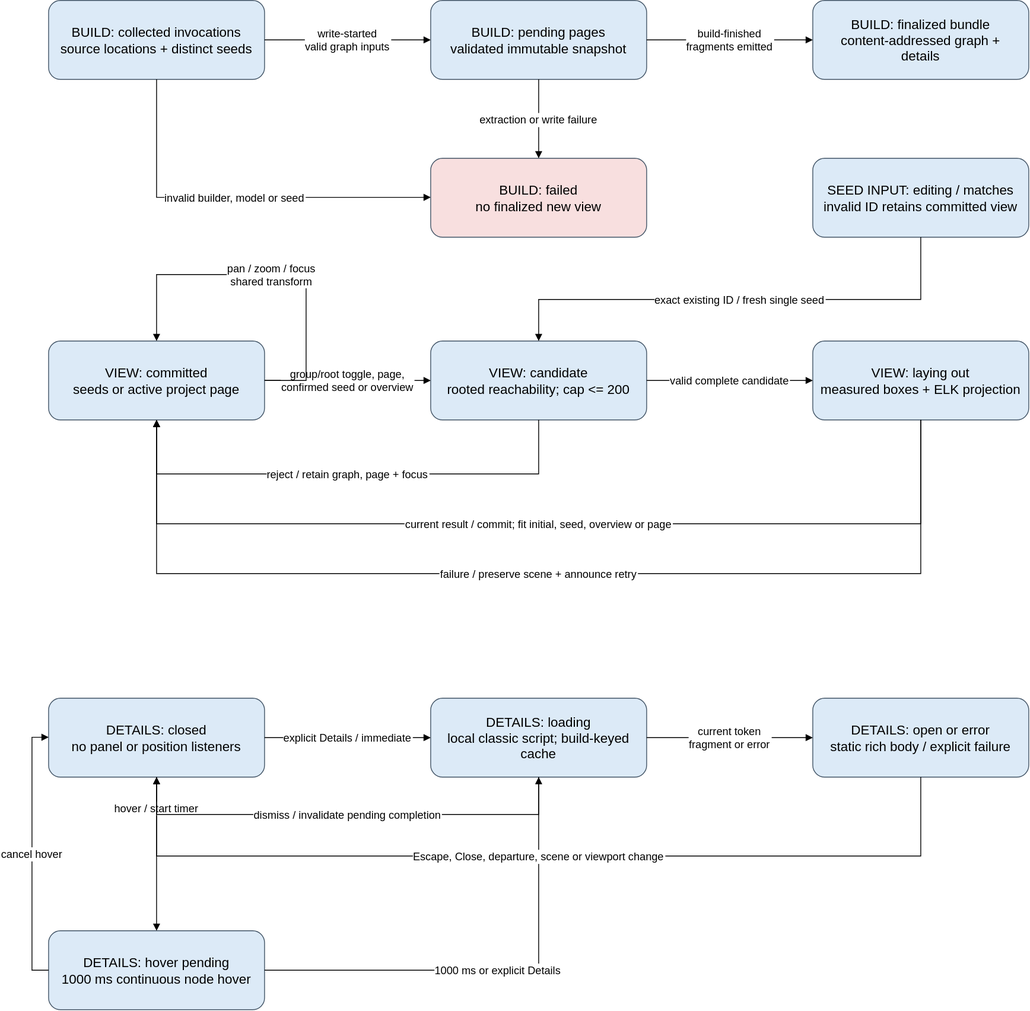
Above: docs/architecture/diagrams/state-machine.svg in sysblacksmith/STV_sphinx-traceability-view (draw.io), before the change. Source tidied: cells renumbered, new cells last; positions are measured from the earlier drawing's top-left corner, leaving out a move shared by most shapes. Its diagram source:
```xml
<mxGraphModel>
  <root>
    <mxCell id="0" />
    <mxCell id="1" parent="0" />
    <mxCell id="2" value="BUILD: collected invocations&#10;source locations + distinct seeds" style="rounded=1;whiteSpace=wrap;html=0;fillColor=#dceaf7;strokeColor=#425466;fontSize=16;spacing=10;" parent="1" vertex="1">
      <mxGeometry x="20" width="260" height="95" as="geometry" />
    </mxCell>
    <mxCell id="3" value="BUILD: pending pages&#10;validated immutable snapshot" style="rounded=1;whiteSpace=wrap;html=0;fillColor=#dceaf7;strokeColor=#425466;fontSize=16;spacing=10;" parent="1" vertex="1">
      <mxGeometry x="480" width="260" height="95" as="geometry" />
    </mxCell>
    <mxCell id="4" value="BUILD: finalized bundle&#10;content-addressed graph + details" style="rounded=1;whiteSpace=wrap;html=0;fillColor=#dceaf7;strokeColor=#425466;fontSize=16;spacing=10;" parent="1" vertex="1">
      <mxGeometry x="940" width="260" height="95" as="geometry" />
    </mxCell>
    <mxCell id="5" value="BUILD: failed&#10;no finalized new view" style="rounded=1;whiteSpace=wrap;html=0;fillColor=#f8dfdf;strokeColor=#425466;fontSize=16;spacing=10;" parent="1" vertex="1">
      <mxGeometry x="480" y="190" width="260" height="95" as="geometry" />
    </mxCell>
    <mxCell id="6" value="write-started&#10;valid graph inputs" style="edgeStyle=orthogonalEdgeStyle;rounded=0;html=0;endArrow=block;fontSize=13;labelBackgroundColor=#ffffff;" parent="1" edge="1" source="2" target="3">
      <mxGeometry relative="1" as="geometry" />
    </mxCell>
    <mxCell id="7" value="build-finished&#10;fragments emitted" style="edgeStyle=orthogonalEdgeStyle;rounded=0;html=0;endArrow=block;fontSize=13;labelBackgroundColor=#ffffff;" parent="1" edge="1" source="3" target="4">
      <mxGeometry relative="1" as="geometry" />
    </mxCell>
    <mxCell id="8" value="extraction or write failure" style="edgeStyle=orthogonalEdgeStyle;rounded=0;html=0;endArrow=block;fontSize=13;labelBackgroundColor=#ffffff;" parent="1" edge="1" source="3" target="5">
      <mxGeometry relative="1" as="geometry" />
    </mxCell>
    <mxCell id="9" value="invalid builder, model or seed" style="edgeStyle=orthogonalEdgeStyle;rounded=0;html=0;endArrow=block;fontSize=13;labelBackgroundColor=#ffffff;" parent="1" edge="1" source="2" target="5">
      <mxGeometry relative="1" as="geometry">
        <Array as="points">
          <mxPoint x="150" y="237" />
        </Array>
      </mxGeometry>
    </mxCell>
    <mxCell id="10" value="VIEW: committed&#10;seeds or active project page" style="rounded=1;whiteSpace=wrap;html=0;fillColor=#dceaf7;strokeColor=#425466;fontSize=16;spacing=10;" parent="1" vertex="1">
      <mxGeometry x="20" y="410" width="260" height="95" as="geometry" />
    </mxCell>
    <mxCell id="11" value="VIEW: candidate&#10;rooted reachability; cap &lt;= 200" style="rounded=1;whiteSpace=wrap;html=0;fillColor=#dceaf7;strokeColor=#425466;fontSize=16;spacing=10;" parent="1" vertex="1">
      <mxGeometry x="480" y="410" width="260" height="95" as="geometry" />
    </mxCell>
    <mxCell id="12" value="VIEW: laying out&#10;measured boxes + ELK projection" style="rounded=1;whiteSpace=wrap;html=0;fillColor=#dceaf7;strokeColor=#425466;fontSize=16;spacing=10;" parent="1" vertex="1">
      <mxGeometry x="940" y="410" width="260" height="95" as="geometry" />
    </mxCell>
    <mxCell id="13" value="group/root toggle, page,&#10;confirmed seed or overview" style="edgeStyle=orthogonalEdgeStyle;rounded=0;html=0;endArrow=block;fontSize=13;labelBackgroundColor=#ffffff;" parent="1" edge="1" source="10" target="11">
      <mxGeometry relative="1" as="geometry" />
    </mxCell>
    <mxCell id="14" value="valid complete candidate" style="edgeStyle=orthogonalEdgeStyle;rounded=0;html=0;endArrow=block;fontSize=13;labelBackgroundColor=#ffffff;" parent="1" edge="1" source="11" target="12">
      <mxGeometry relative="1" as="geometry" />
    </mxCell>
    <mxCell id="15" value="reject / retain graph, page + focus" style="edgeStyle=orthogonalEdgeStyle;rounded=0;html=0;endArrow=block;fontSize=13;labelBackgroundColor=#ffffff;" parent="1" edge="1" source="11" target="10">
      <mxGeometry relative="1" as="geometry">
        <Array as="points">
          <mxPoint x="610" y="570" />
          <mxPoint x="150" y="570" />
        </Array>
      </mxGeometry>
    </mxCell>
    <mxCell id="16" value="current result / commit; fit initial, seed, overview or page" style="edgeStyle=orthogonalEdgeStyle;rounded=0;html=0;endArrow=block;fontSize=13;labelBackgroundColor=#ffffff;" parent="1" edge="1" source="12" target="10">
      <mxGeometry relative="1" as="geometry">
        <Array as="points">
          <mxPoint x="1070" y="630" />
          <mxPoint x="150" y="630" />
        </Array>
      </mxGeometry>
    </mxCell>
    <mxCell id="17" value="failure / preserve scene + announce retry" style="edgeStyle=orthogonalEdgeStyle;rounded=0;html=0;endArrow=block;fontSize=13;labelBackgroundColor=#ffffff;" parent="1" edge="1" source="12" target="10">
      <mxGeometry relative="1" as="geometry">
        <Array as="points">
          <mxPoint x="1070" y="690" />
          <mxPoint x="150" y="690" />
        </Array>
      </mxGeometry>
    </mxCell>
    <mxCell id="18" value="pan / zoom / focus&#10;shared transform" style="edgeStyle=orthogonalEdgeStyle;rounded=0;html=0;endArrow=block;fontSize=13;labelBackgroundColor=#ffffff;exitX=1;exitY=0.5;entryX=0.5;entryY=0;" parent="1" edge="1" source="10" target="10">
      <mxGeometry relative="1" as="geometry">
        <Array as="points">
          <mxPoint x="330" y="457" />
          <mxPoint x="330" y="330" />
          <mxPoint x="150" y="330" />
        </Array>
      </mxGeometry>
    </mxCell>
    <mxCell id="19" value="SEED INPUT: editing / matches&#10;invalid ID retains committed view" style="rounded=1;whiteSpace=wrap;html=0;fillColor=#dceaf7;strokeColor=#425466;fontSize=16;spacing=10;" parent="1" vertex="1">
      <mxGeometry x="940" y="190" width="260" height="95" as="geometry" />
    </mxCell>
    <mxCell id="20" value="exact existing ID / fresh single seed" style="edgeStyle=orthogonalEdgeStyle;rounded=0;html=0;endArrow=block;fontSize=13;labelBackgroundColor=#ffffff;" parent="1" edge="1" source="19" target="11">
      <mxGeometry relative="1" as="geometry">
        <Array as="points">
          <mxPoint x="1070" y="360" />
          <mxPoint x="610" y="360" />
        </Array>
      </mxGeometry>
    </mxCell>
    <mxCell id="21" value="DETAILS: closed&#10;no panel or position listeners" style="rounded=1;whiteSpace=wrap;html=0;fillColor=#dceaf7;strokeColor=#425466;fontSize=16;spacing=10;" parent="1" vertex="1">
      <mxGeometry x="20" y="840" width="260" height="95" as="geometry" />
    </mxCell>
    <mxCell id="22" value="DETAILS: loading&#10;local classic script; build-keyed cache" style="rounded=1;whiteSpace=wrap;html=0;fillColor=#dceaf7;strokeColor=#425466;fontSize=16;spacing=10;" parent="1" vertex="1">
      <mxGeometry x="480" y="840" width="260" height="95" as="geometry" />
    </mxCell>
    <mxCell id="23" value="DETAILS: open or error&#10;static rich body / explicit failure" style="rounded=1;whiteSpace=wrap;html=0;fillColor=#dceaf7;strokeColor=#425466;fontSize=16;spacing=10;" parent="1" vertex="1">
      <mxGeometry x="940" y="840" width="260" height="95" as="geometry" />
    </mxCell>
    <mxCell id="24" value="DETAILS: hover pending&#10;1000 ms continuous node hover" style="rounded=1;whiteSpace=wrap;html=0;fillColor=#dceaf7;strokeColor=#425466;fontSize=16;spacing=10;" parent="1" vertex="1">
      <mxGeometry x="20" y="1120" width="260" height="95" as="geometry" />
    </mxCell>
    <mxCell id="25" value="hover / start timer" style="edgeStyle=orthogonalEdgeStyle;rounded=0;html=0;endArrow=block;fontSize=13;labelBackgroundColor=#ffffff;" parent="1" edge="1" source="21" target="24">
      <mxGeometry x="-0.6" relative="1" as="geometry" />
    </mxCell>
    <mxCell id="26" value="cancel hover" style="edgeStyle=orthogonalEdgeStyle;rounded=0;html=0;endArrow=block;fontSize=13;labelBackgroundColor=#ffffff;" parent="1" edge="1" source="24" target="21">
      <mxGeometry relative="1" as="geometry">
        <Array as="points">
          <mxPoint y="1167" />
          <mxPoint y="887" />
        </Array>
      </mxGeometry>
    </mxCell>
    <mxCell id="27" value="1000 ms or explicit Details" style="edgeStyle=orthogonalEdgeStyle;rounded=0;html=0;endArrow=block;fontSize=13;labelBackgroundColor=#ffffff;" parent="1" edge="1" source="24" target="22">
      <mxGeometry relative="1" as="geometry">
        <Array as="points">
          <mxPoint x="610" y="1167" />
        </Array>
      </mxGeometry>
    </mxCell>
    <mxCell id="28" value="explicit Details / immediate" style="edgeStyle=orthogonalEdgeStyle;rounded=0;html=0;endArrow=block;fontSize=13;labelBackgroundColor=#ffffff;" parent="1" edge="1" source="21" target="22">
      <mxGeometry relative="1" as="geometry" />
    </mxCell>
    <mxCell id="29" value="current token&#10;fragment or error" style="edgeStyle=orthogonalEdgeStyle;rounded=0;html=0;endArrow=block;fontSize=13;labelBackgroundColor=#ffffff;" parent="1" edge="1" source="22" target="23">
      <mxGeometry relative="1" as="geometry" />
    </mxCell>
    <mxCell id="30" value="Escape, Close, departure, scene or viewport change" style="edgeStyle=orthogonalEdgeStyle;rounded=0;html=0;endArrow=block;fontSize=13;labelBackgroundColor=#ffffff;" parent="1" edge="1" source="23" target="21">
      <mxGeometry relative="1" as="geometry">
        <Array as="points">
          <mxPoint x="1070" y="1030" />
          <mxPoint x="150" y="1030" />
        </Array>
      </mxGeometry>
    </mxCell>
    <mxCell id="31" value="dismiss / invalidate pending completion" style="edgeStyle=orthogonalEdgeStyle;rounded=0;html=0;endArrow=block;fontSize=13;labelBackgroundColor=#ffffff;" parent="1" edge="1" source="22" target="21">
      <mxGeometry relative="1" as="geometry">
        <Array as="points">
          <mxPoint x="610" y="980" />
          <mxPoint x="150" y="980" />
        </Array>
      </mxGeometry>
    </mxCell>
  </root>
</mxGraphModel>
```
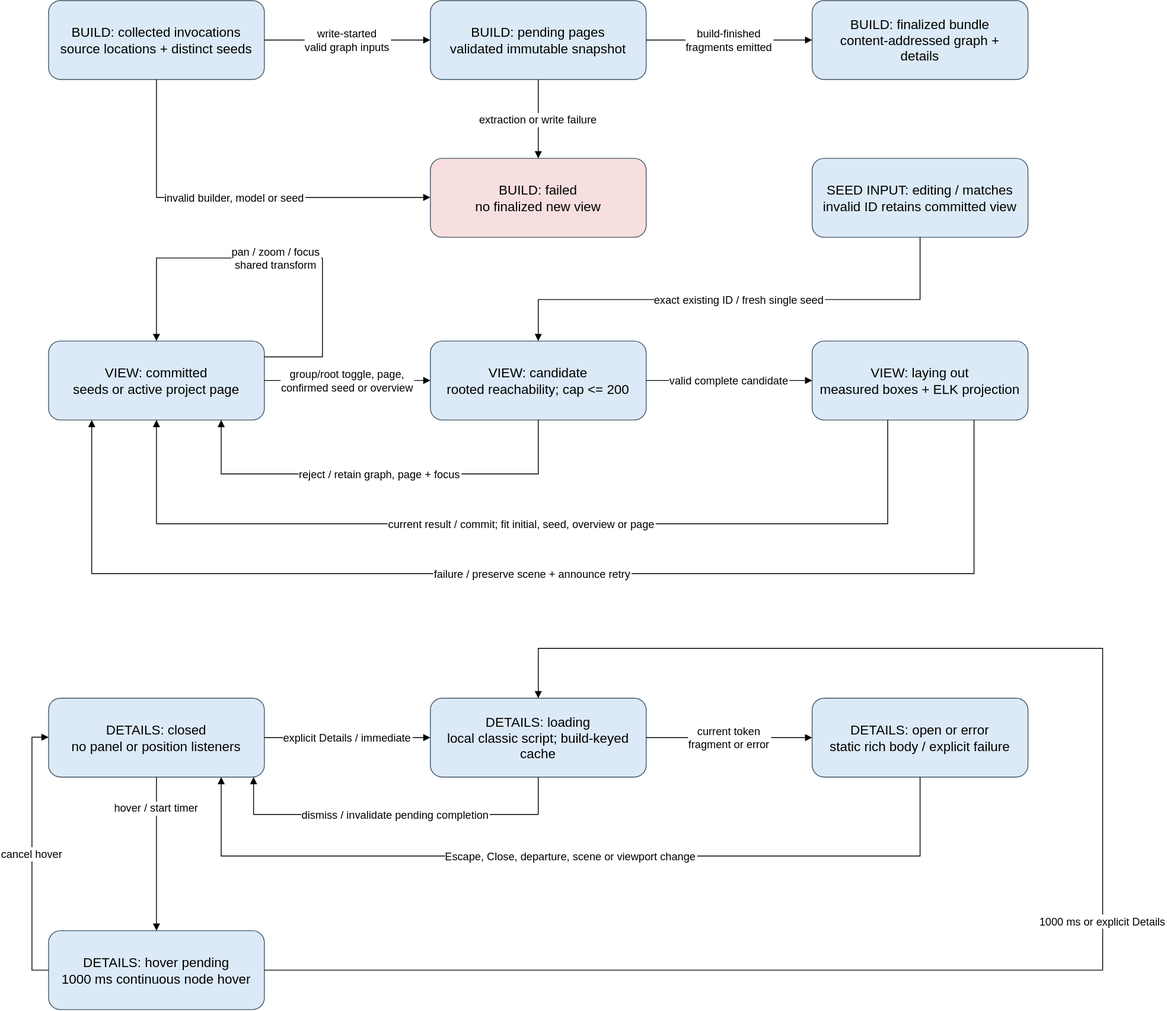
After the commit.

The edit, as a diff of the source:
```diff
@@ -45,36 +45,36 @@
     <mxCell id="14" value="valid complete candidate" style="edgeStyle=orthogonalEdgeStyle;rounded=0;html=0;endArrow=block;fontSize=13;labelBackgroundColor=#ffffff;" parent="1" edge="1" source="11" target="12">
       <mxGeometry relative="1" as="geometry" />
     </mxCell>
-    <mxCell id="15" value="reject / retain graph, page + focus" style="edgeStyle=orthogonalEdgeStyle;rounded=0;html=0;endArrow=block;fontSize=13;labelBackgroundColor=#ffffff;" parent="1" edge="1" source="11" target="10">
+    <mxCell id="15" value="reject / retain graph, page + focus" style="edgeStyle=orthogonalEdgeStyle;rounded=0;html=0;endArrow=block;fontSize=13;labelBackgroundColor=#ffffff;exitX=0.5;exitY=1;entryX=0.8;entryY=1;" parent="1" edge="1" source="11" target="10">
       <mxGeometry relative="1" as="geometry">
         <Array as="points">
           <mxPoint x="610" y="570" />
-          <mxPoint x="150" y="570" />
+          <mxPoint x="228" y="570" />
         </Array>
       </mxGeometry>
     </mxCell>
-    <mxCell id="16" value="current result / commit; fit initial, seed, overview or page" style="edgeStyle=orthogonalEdgeStyle;rounded=0;html=0;endArrow=block;fontSize=13;labelBackgroundColor=#ffffff;" parent="1" edge="1" source="12" target="10">
+    <mxCell id="16" value="current result / commit; fit initial, seed, overview or page" style="edgeStyle=orthogonalEdgeStyle;rounded=0;html=0;endArrow=block;fontSize=13;labelBackgroundColor=#ffffff;exitX=0.35;exitY=1;entryX=0.5;entryY=1;" parent="1" edge="1" source="12" target="10">
       <mxGeometry relative="1" as="geometry">
         <Array as="points">
-          <mxPoint x="1070" y="630" />
+          <mxPoint x="1031" y="630" />
           <mxPoint x="150" y="630" />
         </Array>
       </mxGeometry>
     </mxCell>
-    <mxCell id="17" value="failure / preserve scene + announce retry" style="edgeStyle=orthogonalEdgeStyle;rounded=0;html=0;endArrow=block;fontSize=13;labelBackgroundColor=#ffffff;" parent="1" edge="1" source="12" target="10">
+    <mxCell id="17" value="failure / preserve scene + announce retry" style="edgeStyle=orthogonalEdgeStyle;rounded=0;html=0;endArrow=block;fontSize=13;labelBackgroundColor=#ffffff;exitX=0.75;exitY=1;entryX=0.2;entryY=1;" parent="1" edge="1" source="12" target="10">
       <mxGeometry relative="1" as="geometry">
         <Array as="points">
-          <mxPoint x="1070" y="690" />
-          <mxPoint x="150" y="690" />
+          <mxPoint x="1135" y="690" />
+          <mxPoint x="72" y="690" />
         </Array>
       </mxGeometry>
     </mxCell>
-    <mxCell id="18" value="pan / zoom / focus&#10;shared transform" style="edgeStyle=orthogonalEdgeStyle;rounded=0;html=0;endArrow=block;fontSize=13;labelBackgroundColor=#ffffff;exitX=1;exitY=0.5;entryX=0.5;entryY=0;" parent="1" edge="1" source="10" target="10">
+    <mxCell id="18" value="pan / zoom / focus&#10;shared transform" style="edgeStyle=orthogonalEdgeStyle;rounded=0;html=0;endArrow=block;fontSize=13;labelBackgroundColor=#ffffff;exitX=1;exitY=0.2;entryX=0.5;entryY=0;" parent="1" edge="1" source="10" target="10">
       <mxGeometry relative="1" as="geometry">
         <Array as="points">
-          <mxPoint x="330" y="457" />
-          <mxPoint x="330" y="330" />
-          <mxPoint x="150" y="330" />
+          <mxPoint x="350" y="429" />
+          <mxPoint x="350" y="310" />
+          <mxPoint x="150" y="310" />
         </Array>
       </mxGeometry>
     </mxCell>
@@ -112,10 +112,12 @@
         </Array>
       </mxGeometry>
     </mxCell>
-    <mxCell id="27" value="1000 ms or explicit Details" style="edgeStyle=orthogonalEdgeStyle;rounded=0;html=0;endArrow=block;fontSize=13;labelBackgroundColor=#ffffff;" parent="1" edge="1" source="24" target="22">
+    <mxCell id="27" value="1000 ms or explicit Details" style="edgeStyle=orthogonalEdgeStyle;rounded=0;html=0;endArrow=block;fontSize=13;labelBackgroundColor=#ffffff;exitX=1;exitY=0.5;entryX=0.5;entryY=0;" parent="1" edge="1" source="24" target="22">
       <mxGeometry relative="1" as="geometry">
         <Array as="points">
-          <mxPoint x="610" y="1167" />
+          <mxPoint x="1290" y="1167" />
+          <mxPoint x="1290" y="780" />
+          <mxPoint x="610" y="780" />
         </Array>
       </mxGeometry>
     </mxCell>
@@ -125,19 +127,19 @@
     <mxCell id="29" value="current token&#10;fragment or error" style="edgeStyle=orthogonalEdgeStyle;rounded=0;html=0;endArrow=block;fontSize=13;labelBackgroundColor=#ffffff;" parent="1" edge="1" source="22" target="23">
       <mxGeometry relative="1" as="geometry" />
     </mxCell>
-    <mxCell id="30" value="Escape, Close, departure, scene or viewport change" style="edgeStyle=orthogonalEdgeStyle;rounded=0;html=0;endArrow=block;fontSize=13;labelBackgroundColor=#ffffff;" parent="1" edge="1" source="23" target="21">
+    <mxCell id="30" value="Escape, Close, departure, scene or viewport change" style="edgeStyle=orthogonalEdgeStyle;rounded=0;html=0;endArrow=block;fontSize=13;labelBackgroundColor=#ffffff;exitX=0.5;exitY=1;entryX=0.8;entryY=1;" parent="1" edge="1" source="23" target="21">
       <mxGeometry relative="1" as="geometry">
         <Array as="points">
           <mxPoint x="1070" y="1030" />
-          <mxPoint x="150" y="1030" />
+          <mxPoint x="228" y="1030" />
         </Array>
       </mxGeometry>
     </mxCell>
-    <mxCell id="31" value="dismiss / invalidate pending completion" style="edgeStyle=orthogonalEdgeStyle;rounded=0;html=0;endArrow=block;fontSize=13;labelBackgroundColor=#ffffff;" parent="1" edge="1" source="22" target="21">
+    <mxCell id="31" value="dismiss / invalidate pending completion" style="edgeStyle=orthogonalEdgeStyle;rounded=0;html=0;endArrow=block;fontSize=13;labelBackgroundColor=#ffffff;exitX=0.5;exitY=1;entryX=0.95;entryY=1;" parent="1" edge="1" source="22" target="21">
       <mxGeometry relative="1" as="geometry">
         <Array as="points">
           <mxPoint x="610" y="980" />
-          <mxPoint x="150" y="980" />
+          <mxPoint x="267" y="980" />
         </Array>
       </mxGeometry>
     </mxCell>
```
